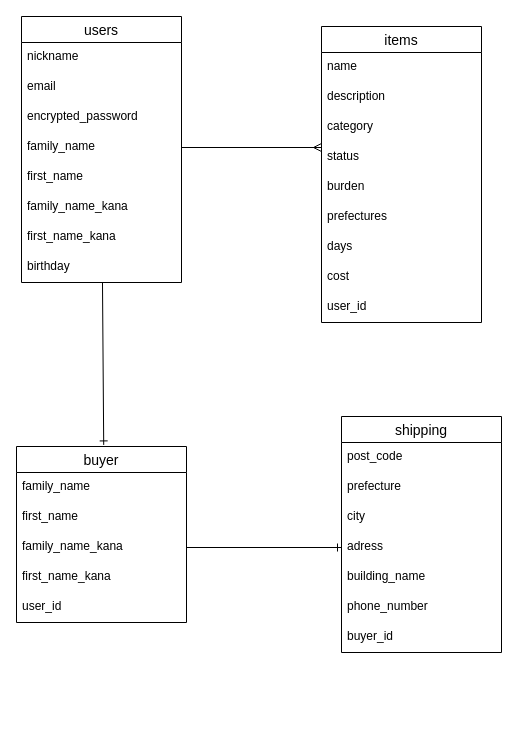
Before: test.dio in shun-ya/furima-37172, a draw.io diagram. Source tidied: cells renumbered, new cells numbered last; positions are measured from the earlier drawing's top-left corner, leaving out a move shared by most shapes. Both pictures are drawn from the tidied source at 100%, with x=0, y=0 at pixel (16, 16).
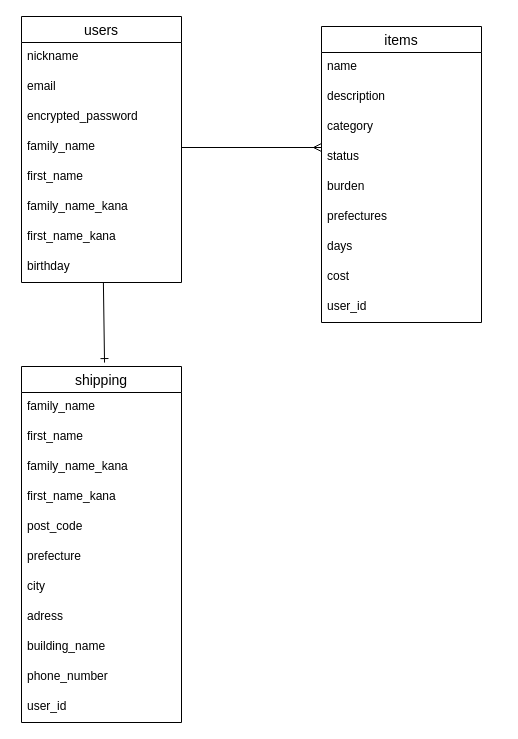
Above is the later version.

Commit message (it also covers changes not shown here):
データベース修正

Unchanged cells that the change refers to:
```xml
<mxCell id="3" value="users" style="swimlane;fontStyle=0;horizontal=1;startSize=26;align=center;fontSize=14;" parent="1" vertex="1">
  <mxGeometry x="5" width="160" height="266" as="geometry" />
</mxCell>
```

Change to the diagram source:
```diff
@@
-    <mxCell id="2" style="edgeStyle=none;html=1;entryX=0.513;entryY=-0.009;entryDx=0;entryDy=0;entryPerimeter=0;endArrow=ERone;endFill=0;" parent="1" edge="1" source="3" target="23">
-      <mxGeometry relative="1" as="geometry" />
-    </mxCell>
+    <mxCell id="38" style="edgeStyle=none;html=1;entryX=0.519;entryY=-0.011;entryDx=0;entryDy=0;entryPerimeter=0;endArrow=ERone;endFill=0;" parent="1" edge="1" source="3" target="29">
+      <mxGeometry relative="1" as="geometry" />
+    </mxCell>
@@
-    <mxCell id="23" value="buyer" style="swimlane;fontStyle=0;horizontal=1;startSize=26;align=center;fontSize=14;" parent="1" vertex="1">
-      <mxGeometry y="430" width="170" height="176" as="geometry" />
-    </mxCell>
+    <mxCell id="29" value="shipping" style="swimlane;fontStyle=0;horizontal=1;startSize=26;align=center;fontSize=14;" parent="1" vertex="1">
+      <mxGeometry x="5" y="350" width="160" height="356" as="geometry" />
+    </mxCell>
-    <mxCell id="24" value="family_name" style="text;strokeColor=none;fillColor=none;spacingLeft=4;spacingRight=4;overflow=hidden;fontSize=12;" parent="23" vertex="1">
-      <mxGeometry y="26" width="170" height="30" as="geometry" />
+    <mxCell id="24" value="family_name" style="text;strokeColor=none;fillColor=none;spacingLeft=4;spacingRight=4;overflow=hidden;fontSize=12;" parent="29" vertex="1">
+      <mxGeometry y="26" width="160" height="30" as="geometry" />
     </mxCell>
-    <mxCell id="25" value="first_name" style="text;strokeColor=none;fillColor=none;spacingLeft=4;spacingRight=4;overflow=hidden;fontSize=12;" parent="23" vertex="1">
-      <mxGeometry y="56" width="170" height="30" as="geometry" />
+    <mxCell id="25" value="first_name" style="text;strokeColor=none;fillColor=none;spacingLeft=4;spacingRight=4;overflow=hidden;fontSize=12;" parent="29" vertex="1">
+      <mxGeometry y="56" width="160" height="30" as="geometry" />
     </mxCell>
-    <mxCell id="26" value="family_name_kana" style="text;strokeColor=none;fillColor=none;spacingLeft=4;spacingRight=4;overflow=hidden;points=[[0,0.5],[1,0.5]];portConstraint=eastwest;fontSize=12;" parent="23" vertex="1">
-      <mxGeometry y="86" width="170" height="30" as="geometry" />
+    <mxCell id="26" value="family_name_kana" style="text;strokeColor=none;fillColor=none;spacingLeft=4;spacingRight=4;overflow=hidden;points=[[0,0.5],[1,0.5]];portConstraint=eastwest;fontSize=12;" parent="29" vertex="1">
+      <mxGeometry y="86" width="160" height="30" as="geometry" />
     </mxCell>
-    <mxCell id="27" value="first_name_kana" style="text;strokeColor=none;fillColor=none;spacingLeft=4;spacingRight=4;overflow=hidden;fontSize=12;" parent="23" vertex="1">
-      <mxGeometry y="116" width="170" height="30" as="geometry" />
+    <mxCell id="27" value="first_name_kana" style="text;strokeColor=none;fillColor=none;spacingLeft=4;spacingRight=4;overflow=hidden;fontSize=12;" parent="29" vertex="1">
+      <mxGeometry y="116" width="160" height="30" as="geometry" />
     </mxCell>
-    <mxCell id="28" value="user_id" style="text;strokeColor=none;fillColor=none;spacingLeft=4;spacingRight=4;overflow=hidden;fontSize=12;" parent="23" vertex="1">
-      <mxGeometry y="146" width="170" height="30" as="geometry" />
-    </mxCell>
-    <mxCell id="29" value="shipping" style="swimlane;fontStyle=0;horizontal=1;startSize=26;align=center;fontSize=14;" parent="1" vertex="1">
-      <mxGeometry x="325" y="400" width="160" height="236" as="geometry" />
-    </mxCell>
     <mxCell id="30" value="post_code" style="text;strokeColor=none;fillColor=none;spacingLeft=4;spacingRight=4;overflow=hidden;fontSize=12;" parent="29" vertex="1">
-      <mxGeometry y="26" width="160" height="30" as="geometry" />
+      <mxGeometry y="146" width="160" height="30" as="geometry" />
     </mxCell>
     <mxCell id="31" value="prefecture" style="text;strokeColor=none;fillColor=none;spacingLeft=4;spacingRight=4;overflow=hidden;fontSize=12;" parent="29" vertex="1">
-      <mxGeometry y="56" width="160" height="30" as="geometry" />
+      <mxGeometry y="176" width="160" height="30" as="geometry" />
     </mxCell>
     <mxCell id="32" value="city" style="text;strokeColor=none;fillColor=none;spacingLeft=4;spacingRight=4;overflow=hidden;fontSize=12;" parent="29" vertex="1">
-      <mxGeometry y="86" width="160" height="30" as="geometry" />
+      <mxGeometry y="206" width="160" height="30" as="geometry" />
     </mxCell>
     <mxCell id="33" value="adress" style="text;strokeColor=none;fillColor=none;spacingLeft=4;spacingRight=4;overflow=hidden;points=[[0,0.5],[1,0.5]];portConstraint=eastwest;fontSize=12;" parent="29" vertex="1">
-      <mxGeometry y="116" width="160" height="30" as="geometry" />
+      <mxGeometry y="236" width="160" height="30" as="geometry" />
     </mxCell>
     <mxCell id="34" value="building_name" style="text;strokeColor=none;fillColor=none;spacingLeft=4;spacingRight=4;overflow=hidden;fontSize=12;" parent="29" vertex="1">
-      <mxGeometry y="146" width="160" height="30" as="geometry" />
+      <mxGeometry y="266" width="160" height="30" as="geometry" />
     </mxCell>
     <mxCell id="35" value="phone_number" style="text;strokeColor=none;fillColor=none;spacingLeft=4;spacingRight=4;overflow=hidden;fontSize=12;" parent="29" vertex="1">
-      <mxGeometry y="176" width="160" height="30" as="geometry" />
+      <mxGeometry y="296" width="160" height="30" as="geometry" />
     </mxCell>
-    <mxCell id="36" value="buyer_id" style="text;strokeColor=none;fillColor=none;spacingLeft=4;spacingRight=4;overflow=hidden;fontSize=12;" parent="29" vertex="1">
-      <mxGeometry y="206" width="160" height="30" as="geometry" />
-    </mxCell>
-    <mxCell id="37" style="edgeStyle=none;html=1;endArrow=ERone;endFill=0;" parent="1" edge="1" source="26" target="33">
-      <mxGeometry relative="1" as="geometry" />
-    </mxCell>
+    <mxCell id="28" value="user_id" style="text;strokeColor=none;fillColor=none;spacingLeft=4;spacingRight=4;overflow=hidden;fontSize=12;" parent="29" vertex="1">
+      <mxGeometry y="326" width="160" height="30" as="geometry" />
+    </mxCell>
```
